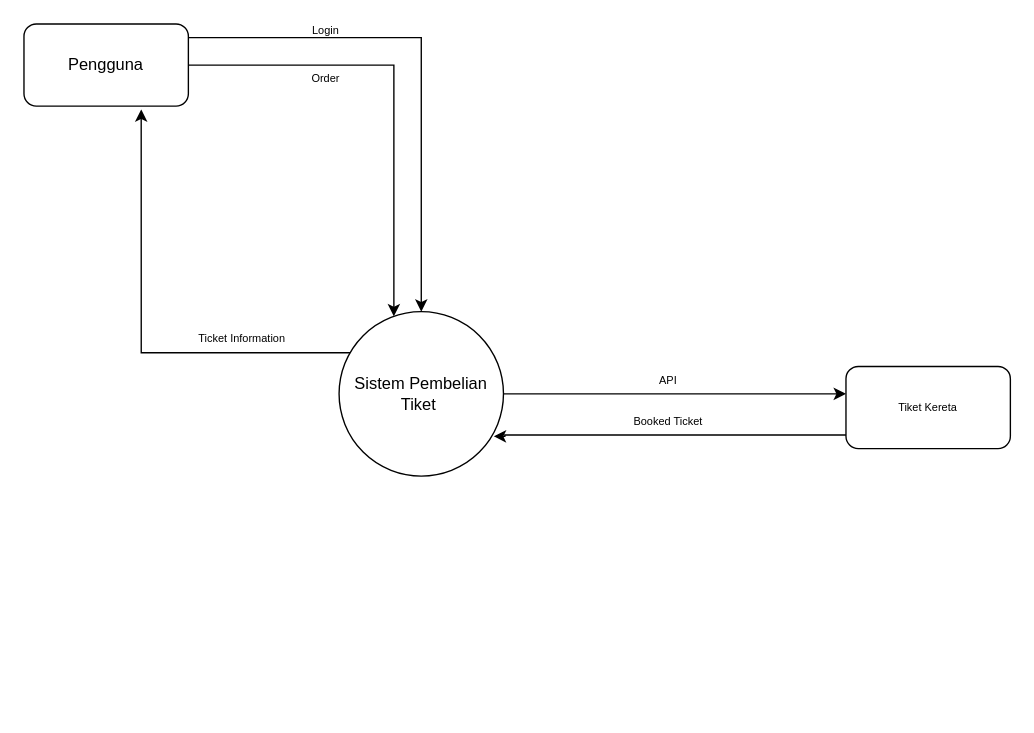
Above: Untitled Diagram.drawio in ROSYIDAN/flow-chart (draw.io), before the change. Source tidied: cells renumbered, new cells numbered last; positions are measured from the earlier drawing's top-left corner, leaving out a move shared by most shapes. Both pictures are drawn from the tidied source at 137%, with x=0, y=0 at pixel (23, 23).
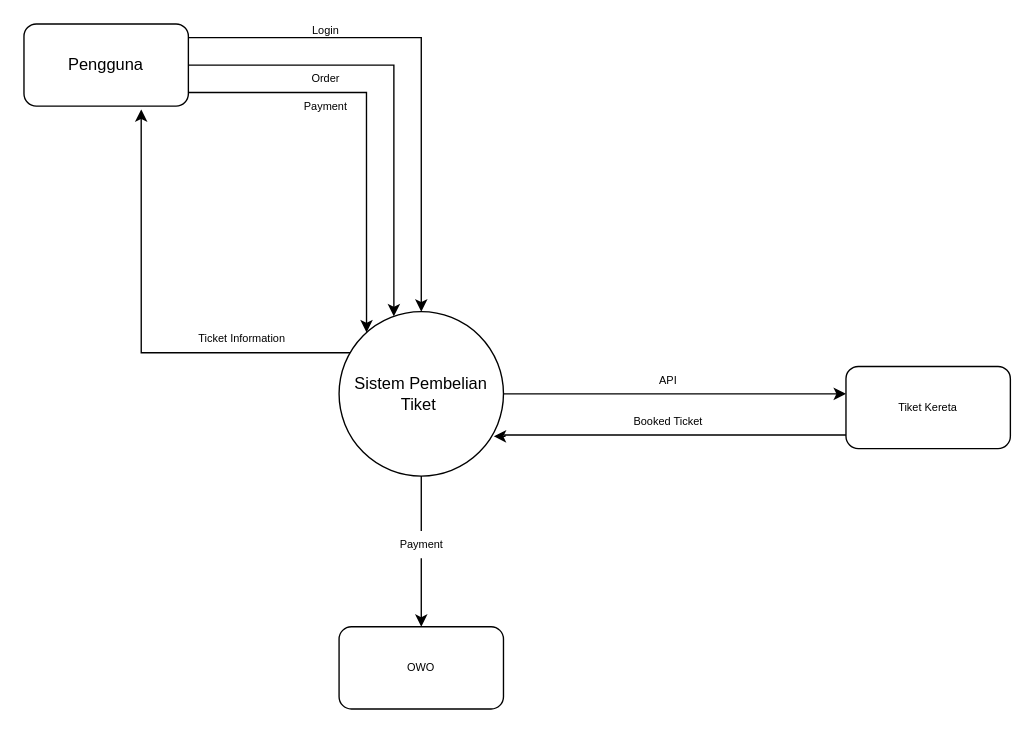
The same diagram, later.

The change refers to these unchanged cells:
```xml
<mxCell id="4" value="Sistem Pembelian Tiket&amp;nbsp;" style="ellipse;whiteSpace=wrap;html=1;" parent="1" vertex="1">
  <mxGeometry x="230" y="210" width="120" height="120" as="geometry" />
</mxCell>
<mxCell id="7" value="Pengguna" style="rounded=1;whiteSpace=wrap;html=1;" parent="1" vertex="1">
  <mxGeometry width="120" height="60" as="geometry" />
</mxCell>
```

What changed in the source:
```diff
@@
+    <mxCell id="15" style="edgeStyle=orthogonalEdgeStyle;rounded=0;jettySize=auto;html=1;fontSize=8;startArrow=none;" parent="1" edge="1" source="19" target="18">
+      <mxGeometry relative="1" as="geometry" />
+    </mxCell>
@@
+    <mxCell id="16" style="edgeStyle=orthogonalEdgeStyle;rounded=0;jettySize=auto;html=1;fontSize=8;entryX=0.167;entryY=0.126;entryDx=0;entryDy=0;entryPerimeter=0;" parent="1" edge="1" source="7" target="4">
+      <mxGeometry relative="1" as="geometry">
+        <Array as="points">
+          <mxPoint x="250" y="50" />
+        </Array>
+      </mxGeometry>
+    </mxCell>
@@
+    <mxCell id="17" value="Payment" style="text;html=1;align=center;verticalAlign=middle;strokeColor=none;fillColor=none;fontSize=8;" parent="1" vertex="1">
+      <mxGeometry x="195" y="50" width="50" height="20" as="geometry" />
+    </mxCell>
+    <mxCell id="18" value="OWO" style="rounded=1;whiteSpace=wrap;html=1;fontSize=8;" parent="1" vertex="1">
+      <mxGeometry x="230" y="440" width="120" height="60" as="geometry" />
+    </mxCell>
+    <mxCell id="19" value="Payment" style="text;html=1;align=center;verticalAlign=middle;points=[];strokeColor=none;fillColor=none;fontSize=8;" parent="1" vertex="1">
+      <mxGeometry x="265" y="370" width="50" height="20" as="geometry" />
+    </mxCell>
+    <mxCell id="20" style="edgeStyle=orthogonalEdgeStyle;rounded=0;jettySize=auto;html=1;fontSize=8;endArrow=none;" parent="1" edge="1" source="4" target="19">
+      <mxGeometry relative="1" as="geometry" />
+    </mxCell>
```
